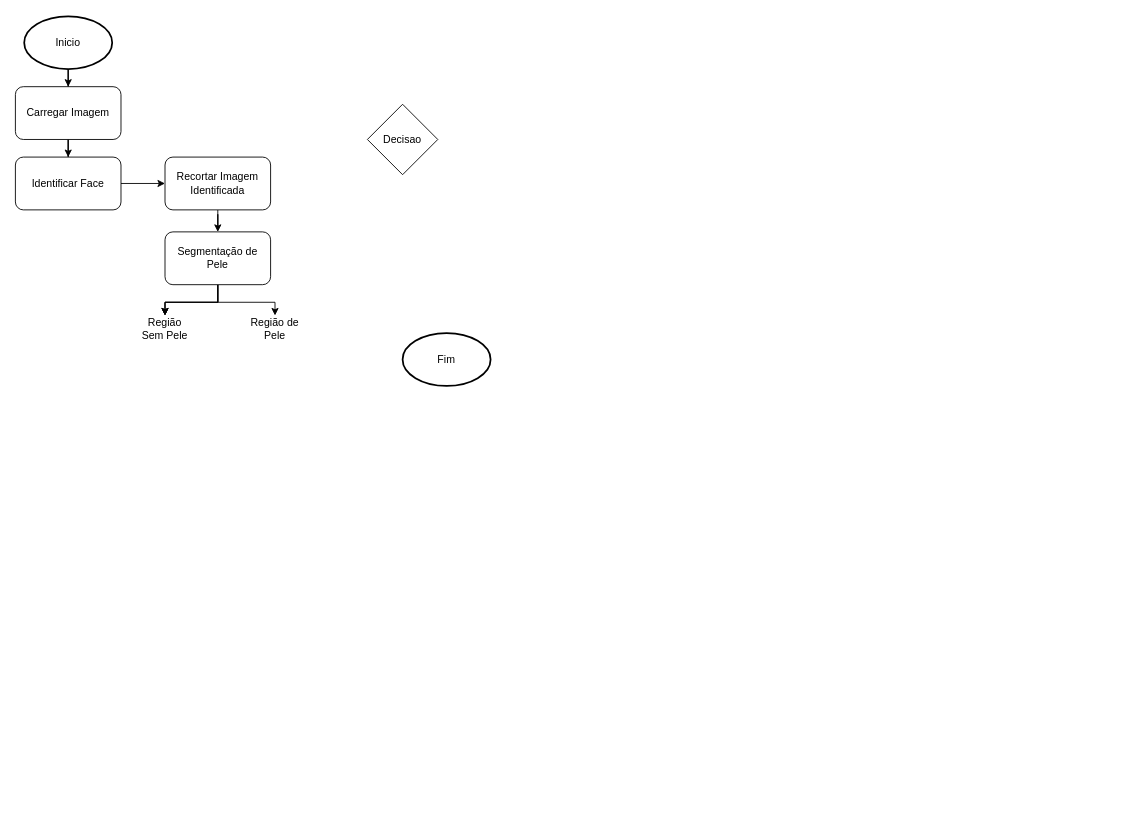
vittoria-thomasini/Extract_skintone_image keeps this draw.io diagram as Untitled Diagram.drawio. Above is the earlier version. Source tidied: cells renumbered, new cells numbered last; positions are measured from the earlier drawing's top-left corner, leaving out a move shared by most shapes. Both pictures are drawn from the tidied source at 88%, with x=0, y=0 at pixel (15, 16).
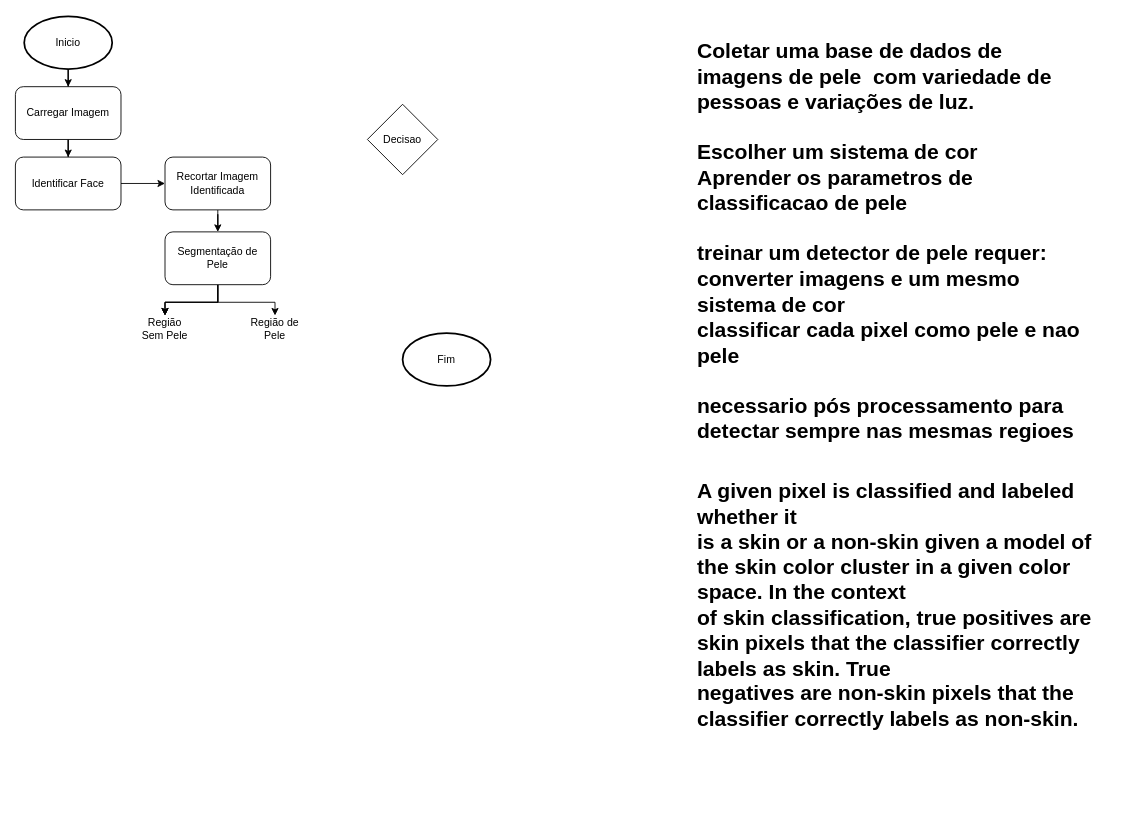
Above is the later version.

The edit, as a diff of the source:
```diff
@@
+    <mxCell id="19" value="&lt;h1&gt;Coletar uma base de dados de imagens de pele&amp;nbsp; com variedade de pessoas e variações de luz.&lt;br&gt;&lt;br&gt;Escolher um sistema de cor&lt;br&gt;Aprender os parametros de classificacao de pele&lt;br&gt;&lt;br&gt;treinar um detector de pele requer:&lt;br&gt;converter imagens e um mesmo sistema de cor&amp;nbsp;&lt;br&gt;classificar cada pixel como pele e nao pele&amp;nbsp;&lt;br&gt;&lt;br&gt;necessario pós processamento para detectar sempre nas mesmas regioes&lt;br&gt;&lt;br&gt;&lt;br&gt;&lt;br&gt;&lt;/h1&gt;" style="text;html=1;strokeColor=none;fillColor=none;spacing=5;spacingTop=-20;whiteSpace=wrap;overflow=hidden;rounded=0;" parent="1" vertex="1">
+      <mxGeometry x="770" y="20" width="450" height="480" as="geometry" />
+    </mxCell>
+    <mxCell id="20" value="&lt;h1&gt;A given pixel is classified and labeled whether it&lt;br/&gt;is a skin or a non-skin given a model of the skin color cluster in a given color space. In the context&lt;br/&gt;of skin classification, true positives are skin pixels that the classifier correctly labels as skin. True&lt;br/&gt;negatives are non-skin pixels that the classifier correctly labels as non-skin.&lt;br&gt;&lt;/h1&gt;" style="text;html=1;strokeColor=none;fillColor=none;spacing=5;spacingTop=-20;whiteSpace=wrap;overflow=hidden;rounded=0;" parent="1" vertex="1">
+      <mxGeometry x="770" y="520" width="480" height="380" as="geometry" />
+    </mxCell>
```
